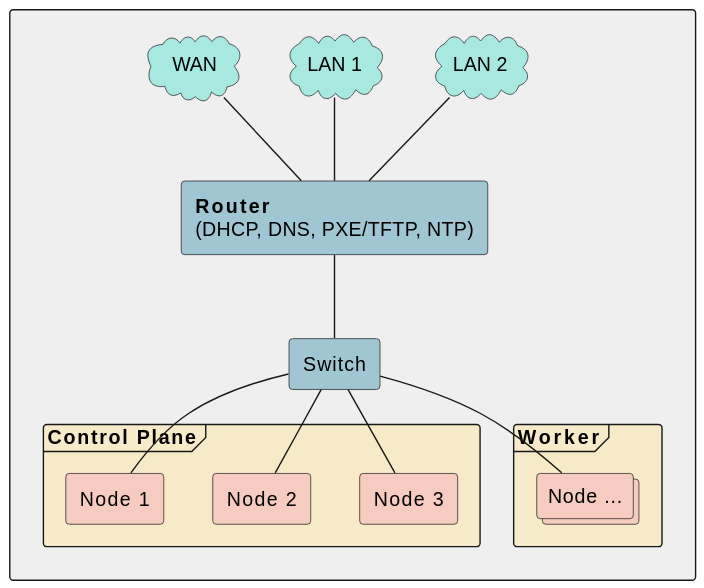
This is docs/construction/img/concept-dark.svg from cloudkoffer/cloudkoffer.github.io, a PlantUML export, as it was before one commit. The source it was exported from:
```plantuml
@startuml
skinparam BackGroundColor transparent

rectangle #efefef {
  cloud WAN #A7E8E0
  cloud lan_1 as "LAN 1" #A7E8E0
  cloud lan_2 as "LAN 2" #A7E8E0
  agent router #A0C5D3 [
    <b>Router</b>
    (DHCP, DNS, PXE/TFTP, NTP)
  ]
  agent switch as "Switch" #A0C5D3
  frame control_plane as "Control Plane" #F7EAC9 {
    agent "Node 1" as node_1 #F6CBC0
    agent "Node 2" as node_2 #F6CBC0
    agent "Node 3" as node_3 #F6CBC0
  }
  frame worker as "Worker" #F7EAC9 {
    collections "Node ..." as nodes #F6CBC0
  }

  WAN -- router
  lan_1 -- router
  lan_2 -- router
  router -- switch
  switch -- node_1
  switch -- node_2
  switch -- node_3
  switch -- nodes
}
@enduml
```
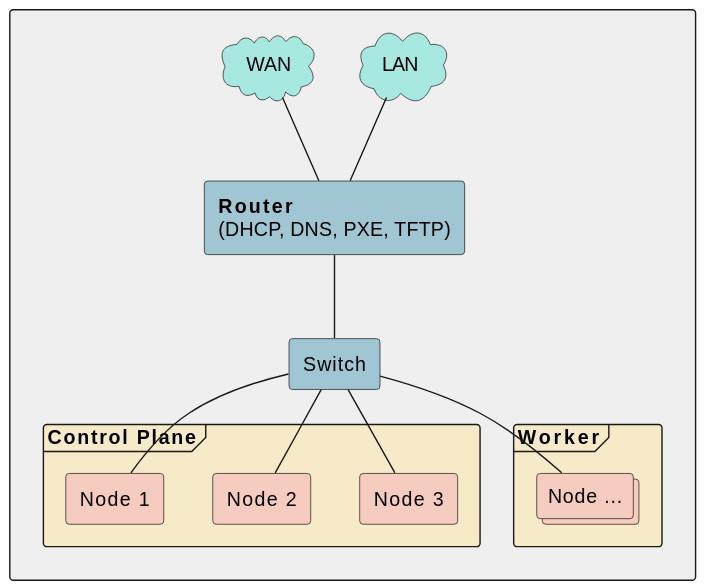
After the change.

Diff of the diagram source:
```diff
@@ -3,11 +3,10 @@
 
 rectangle #efefef {
   cloud WAN #A7E8E0
-  cloud lan_1 as "LAN 1" #A7E8E0
-  cloud lan_2 as "LAN 2" #A7E8E0
+  cloud LAN #A7E8E0
   agent router #A0C5D3 [
     <b>Router</b>
-    (DHCP, DNS, PXE/TFTP, NTP)
+    (DHCP, DNS, PXE, TFTP)
   ]
   agent switch as "Switch" #A0C5D3
   frame control_plane as "Control Plane" #F7EAC9 {
@@ -20,8 +19,7 @@
   }
 
   WAN -- router
-  lan_1 -- router
-  lan_2 -- router
+  LAN -- router
   router -- switch
   switch -- node_1
   switch -- node_2
```
